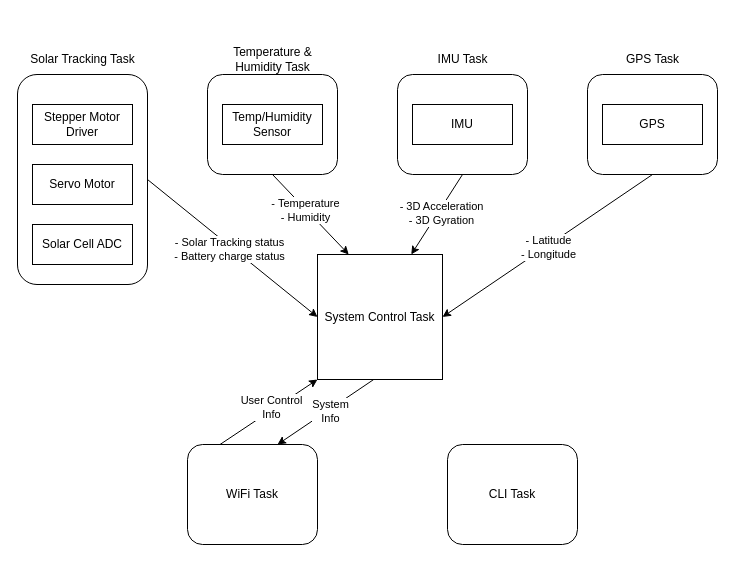
The draw.io diagram a07g_images/a07g_tasks.drawio in ese5160/final-project-a07g-a14g-t02-a-p-a-t-h-y, before the edit. Source tidied: cells renumbered, new cells numbered last; positions are measured from the earlier drawing's top-left corner, leaving out a move shared by most shapes. Both pictures are drawn from the tidied source at 100%, with x=0, y=0 at pixel (17, 39).
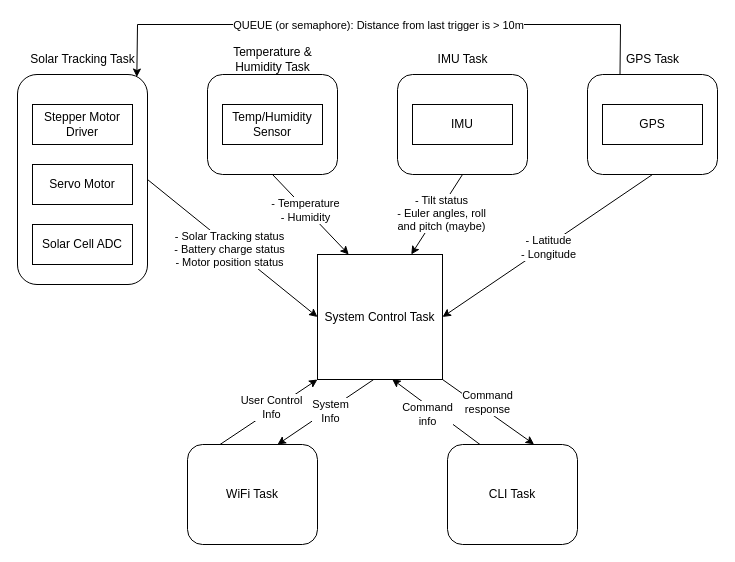
After the change.

Commit message (it also covers changes not shown here):
updated task block diagram

Unchanged cells that the change refers to:
```xml
<mxCell id="2" value="System Control Task" style="whiteSpace=wrap;html=1;" parent="1" vertex="1">
  <mxGeometry x="300" y="215" width="125" height="125" as="geometry" />
</mxCell>
<mxCell id="3" style="rounded=1;whiteSpace=wrap;html=1;fillColor=none;" parent="1" vertex="1">
  <mxGeometry y="35" width="130" height="210" as="geometry" />
</mxCell>
<mxCell id="14" style="rounded=1;whiteSpace=wrap;html=1;fillColor=none;" parent="1" vertex="1">
  <mxGeometry x="570" y="35" width="130" height="100" as="geometry" />
</mxCell>
<mxCell id="18" value="CLI Task" style="rounded=1;whiteSpace=wrap;html=1;fillColor=none;" parent="1" vertex="1">
  <mxGeometry x="430" y="405" width="130" height="100" as="geometry" />
</mxCell>
<mxCell id="21" style="endArrow=classic;html=1;rounded=0;entryX=0.75;entryY=0;entryDx=0;entryDy=0;exitX=0.5;exitY=1;exitDx=0;exitDy=0;" parent="1" edge="1" source="11" target="2">
  <mxGeometry relative="1" as="geometry" />
</mxCell>
<mxCell id="25" style="endArrow=classic;html=1;rounded=0;exitX=1;exitY=0.5;exitDx=0;exitDy=0;entryX=0;entryY=0.5;entryDx=0;entryDy=0;" parent="1" edge="1" source="3" target="2">
  <mxGeometry relative="1" as="geometry" />
</mxCell>
```

What changed in the source:
```diff
@@
-    <mxCell id="22" value="- 3D Acceleration&lt;div&gt;- 3D Gyration&lt;/div&gt;" style="edgeLabel;html=1;align=center;verticalAlign=middle;" parent="21" vertex="1">
+    <mxCell id="22" value="- Tilt status&lt;div&gt;- Euler angles, roll&lt;/div&gt;&lt;div&gt;and pitch (maybe)&lt;/div&gt;" style="edgeLabel;html=1;align=center;verticalAlign=middle;" parent="21" vertex="1">
       <mxGeometry x="-0.06" y="3" relative="1" as="geometry">
         <mxPoint y="-1" as="offset" />
       </mxGeometry>
     </mxCell>
@@
-    <mxCell id="26" value="- Solar Tracking status&lt;div&gt;- Battery charge status&lt;/div&gt;" style="edgeLabel;html=1;align=center;verticalAlign=middle;" parent="25" vertex="1">
+    <mxCell id="26" value="- Solar Tracking status&lt;div&gt;- Battery charge status&lt;/div&gt;&lt;div&gt;- Motor position status&lt;/div&gt;" style="edgeLabel;html=1;align=center;verticalAlign=middle;" parent="25" vertex="1">
       <mxGeometry x="-0.02" y="-3" relative="1" as="geometry" />
     </mxCell>
@@
+    <mxCell id="31" style="endArrow=classic;html=1;rounded=0;exitX=0.25;exitY=0;exitDx=0;exitDy=0;entryX=0.918;entryY=0.012;entryDx=0;entryDy=0;entryPerimeter=0;" parent="1" edge="1" source="14" target="3">
+      <mxGeometry relative="1" as="geometry">
+        <Array as="points">
+          <mxPoint x="603" y="-15" />
+          <mxPoint x="120" y="-15" />
+        </Array>
+      </mxGeometry>
+    </mxCell>
+    <mxCell id="32" value="QUEUE (or semaphore): Distance from last trigger is &amp;gt; 10m" style="edgeLabel;html=1;align=center;verticalAlign=middle;" parent="31" vertex="1">
+      <mxGeometry relative="1" as="geometry" />
+    </mxCell>
+    <mxCell id="33" style="endArrow=classic;html=1;rounded=0;entryX=0.597;entryY=0.997;entryDx=0;entryDy=0;entryPerimeter=0;exitX=0.25;exitY=0;exitDx=0;exitDy=0;" parent="1" edge="1" source="18" target="2">
+      <mxGeometry relative="1" as="geometry" />
+    </mxCell>
+    <mxCell id="34" value="Command&lt;div&gt;info&lt;/div&gt;" style="edgeLabel;html=1;align=center;verticalAlign=middle;" parent="33" vertex="1">
+      <mxGeometry x="0.3" relative="1" as="geometry">
+        <mxPoint x="4" y="12" as="offset" />
+      </mxGeometry>
+    </mxCell>
+    <mxCell id="35" style="endArrow=classic;html=1;rounded=0;entryX=0.666;entryY=-0.002;entryDx=0;entryDy=0;exitX=1;exitY=1;exitDx=0;exitDy=0;entryPerimeter=0;" parent="1" edge="1" source="2" target="18">
+      <mxGeometry relative="1" as="geometry" />
+    </mxCell>
+    <mxCell id="36" value="Command&lt;div&gt;response&lt;/div&gt;" style="edgeLabel;html=1;align=center;verticalAlign=middle;" parent="35" vertex="1">
+      <mxGeometry x="-0.32" y="-1" relative="1" as="geometry">
+        <mxPoint x="14" as="offset" />
+      </mxGeometry>
+    </mxCell>
```
